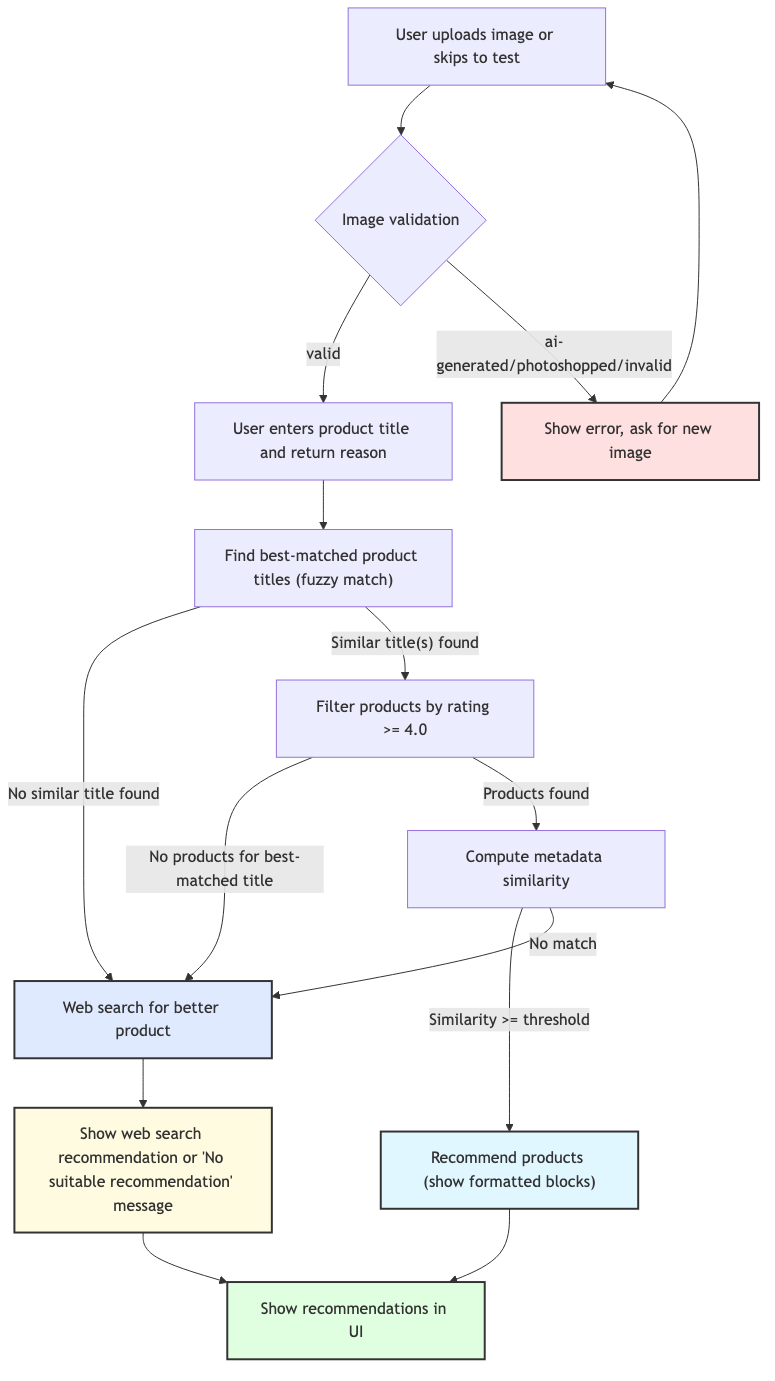
Wei-MLE-DS/Product_Replacement_Agent keeps this Mermaid diagram as workflow.png. Above is the earlier version. Its source is kept beside it as workflow.mmd.
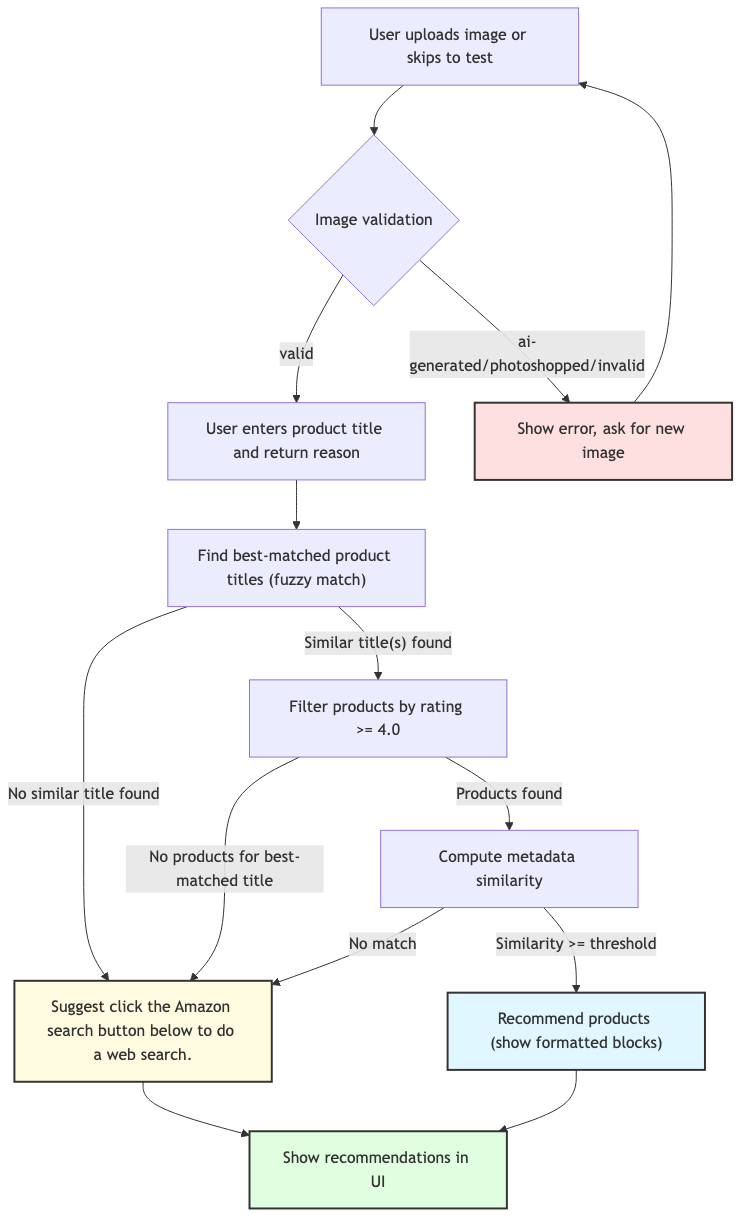
The same file after the commit.

Change to the diagram source:
```diff
@@ -3,18 +3,16 @@
     B -- "valid" --> C["User enters product title and return reason"]
     B -- "ai-generated/photoshopped/invalid" --> D["Show error, ask for new image"]
     C --> E["Find best-matched product titles (fuzzy match)"]
-    E -- "No similar title found" --> W["Web search for better product"]
+    E -- "No similar title found" --> X["Suggest click the Amazon search button below to do a web search."]
     E -- "Similar title(s) found" --> F["Filter products by rating >= 4.0"]
-    F -- "No products for best-matched title" --> W
+    F -- "No products for best-matched title" --> X
     F -- "Products found" --> G["Compute metadata similarity"]
     G -- "Similarity >= threshold" --> H["Recommend products (show formatted blocks)"]
-    G -- "No match" --> W
-    W --> I["Show web search recommendation or 'No suitable recommendation' message"]
+    G -- "No match" --> X
+    X --> J["Show message in UI; user can click Amazon search button to initiate web search"]
     H --> J["Show recommendations in UI"]
-    I --> J
     D --> A
     style J fill:#e0ffe0,stroke:#333,stroke-width:2px
     style D fill:#ffe0e0,stroke:#333,stroke-width:2px
     style H fill:#e0f7ff,stroke:#333,stroke-width:2px
-    style I fill:#fffbe0,stroke:#333,stroke-width:2px
-    style W fill:#e0eaff,stroke:#333,stroke-width:2px
+    style X fill:#fffbe0,stroke:#333,stroke-width:2px
```
